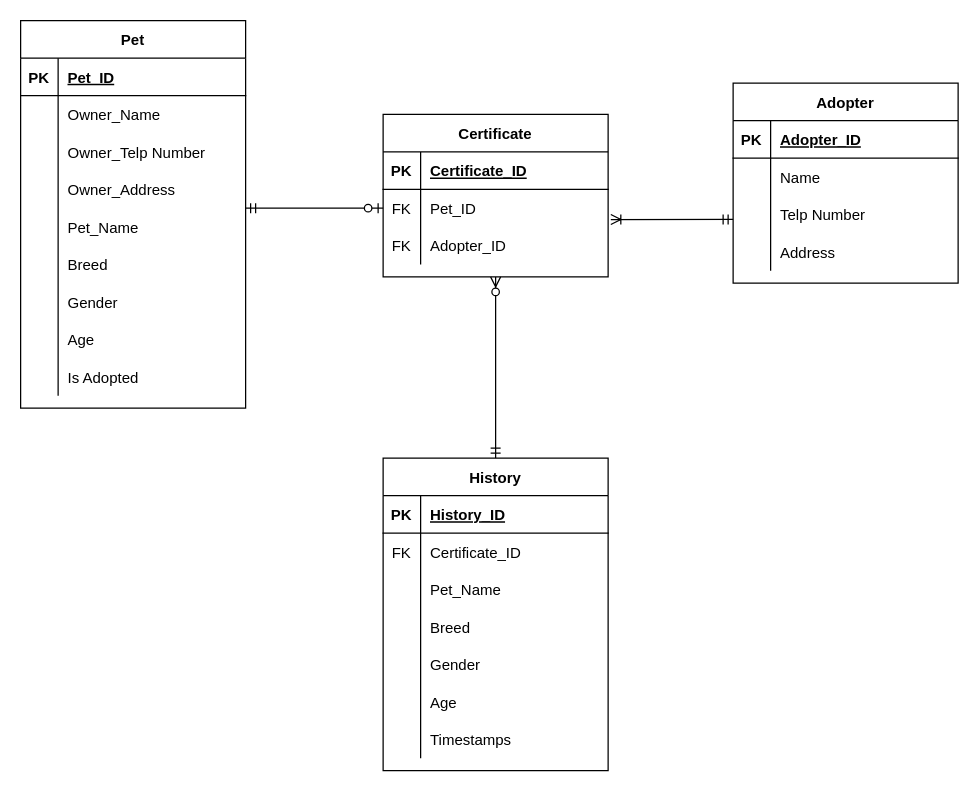
This is page "Page-1" (1 of 2) of Untitled Diagram.drawio from arba2401/TugasAkhirBasdat, a draw.io file, before an edit. Source tidied: cells renumbered, new cells numbered last; positions are measured from the earlier drawing's top-left corner, leaving out a move shared by most shapes. Both pictures are drawn from the tidied source at 125%, with x=0, y=0 at pixel (20, 20).
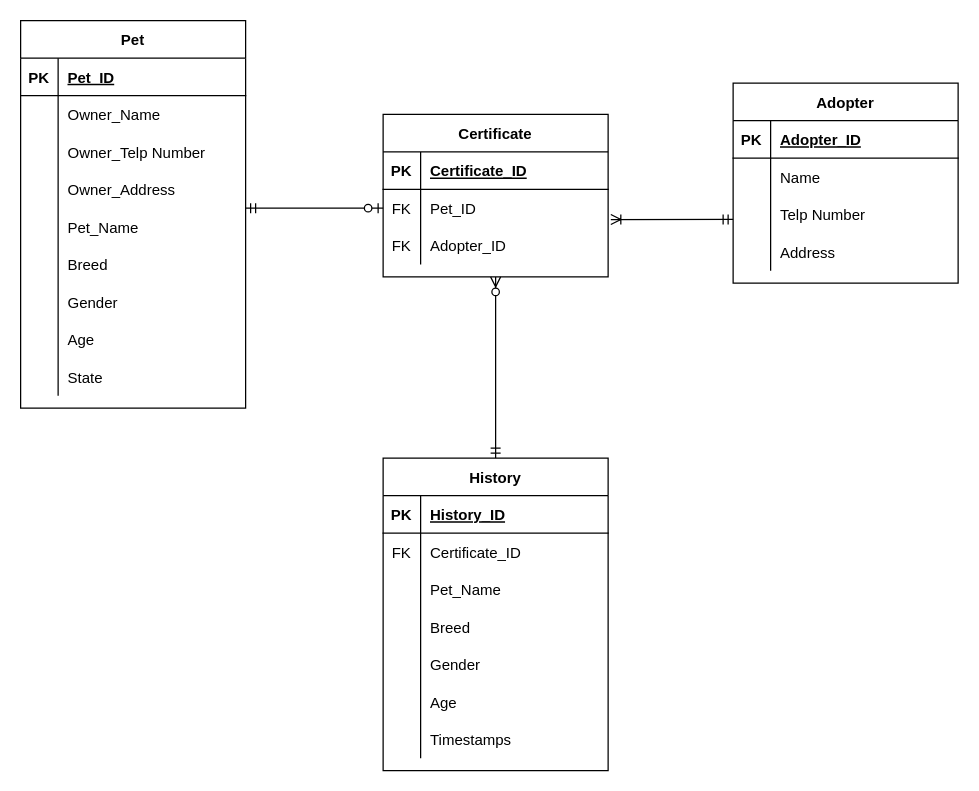
After the change.

Unchanged cells that the change refers to:
```xml
<mxCell id="27" style="shape=partialRectangle;fillColor=none;top=0;left=0;bottom=0;right=0;" parent="2" vertex="1">
  <mxGeometry y="270" width="180" height="30" as="geometry" />
</mxCell>
```

The edit, as a diff of the source:
```diff
@@
-    <mxCell id="29" value="Is Adopted" style="shape=partialRectangle;fillColor=none;top=0;left=0;bottom=0;right=0;align=left;spacingLeft=6;overflow=hidden;" parent="27" vertex="1">
+    <mxCell id="29" value="State" style="shape=partialRectangle;fillColor=none;top=0;left=0;bottom=0;right=0;align=left;spacingLeft=6;overflow=hidden;" parent="27" vertex="1">
       <mxGeometry x="30" width="150" height="30" as="geometry" />
     </mxCell>
```
